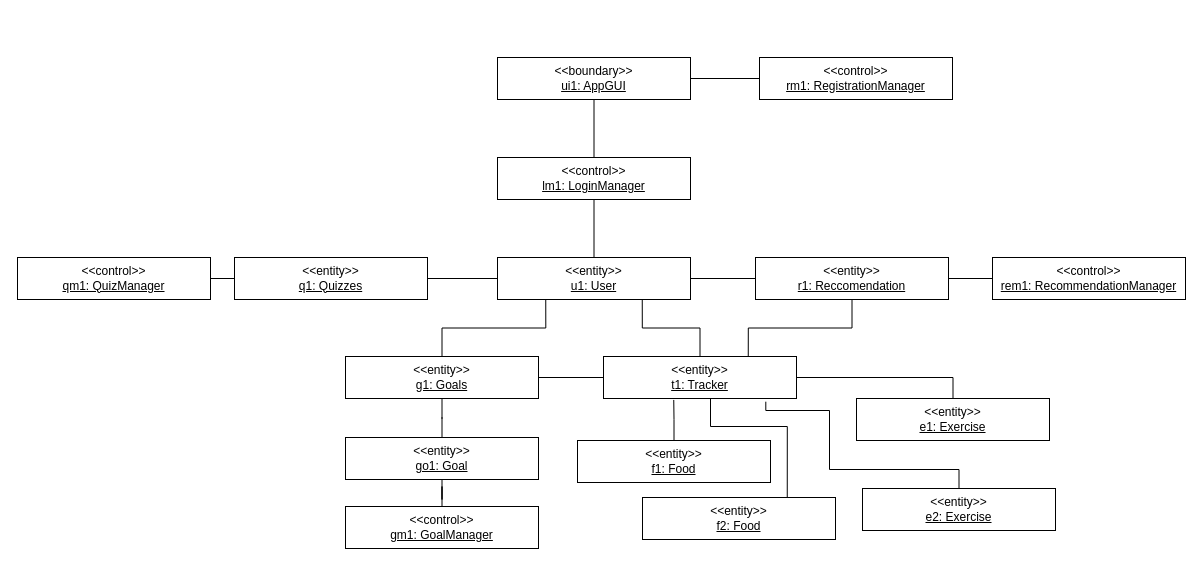
Above: Object_diagrams.drawio in ahammond3aws/DC2SEN (draw.io), before the change. Source tidied: cells renumbered, new cells numbered last; positions are measured from the earlier drawing's top-left corner, leaving out a move shared by most shapes. Both pictures are drawn from the tidied source at 100%, with x=0, y=0 at pixel (17, 57).
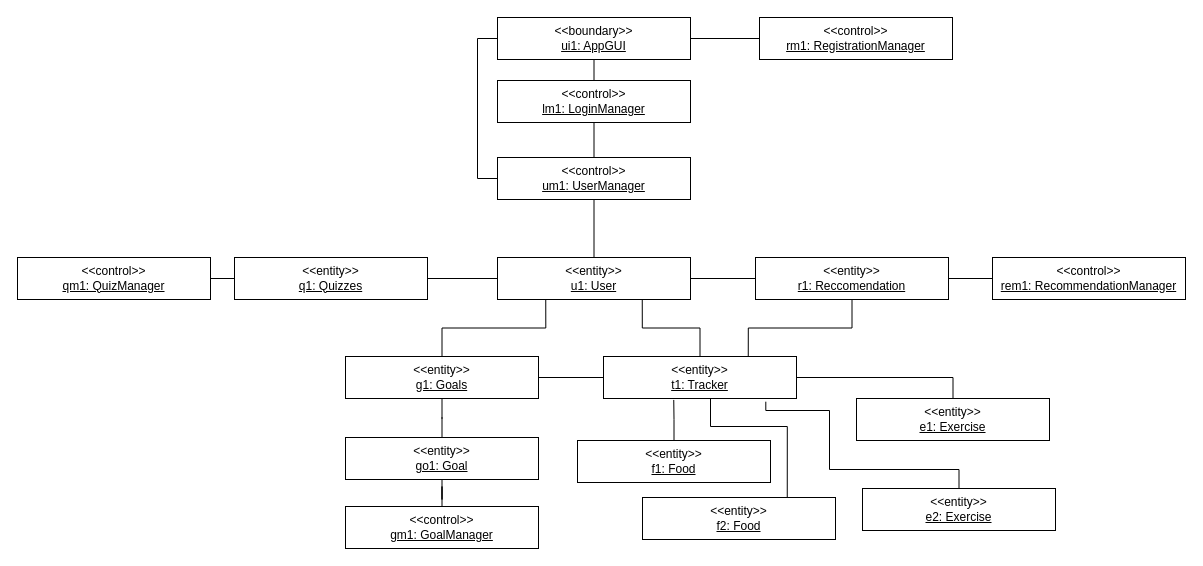
After the change.

What changed in the source:
```diff
@@
+    <mxCell id="35" style="edgeStyle=orthogonalEdgeStyle;rounded=0;jettySize=auto;html=1;entryX=0;entryY=0.5;entryDx=0;entryDy=0;exitX=0;exitY=0.5;exitDx=0;exitDy=0;endArrow=none;endFill=0;" parent="1" edge="1" source="2" target="5">
+      <mxGeometry relative="1" as="geometry" />
+    </mxCell>
     <mxCell id="2" value="&amp;lt;&amp;lt;boundary&amp;gt;&amp;gt;&lt;br&gt;&lt;u&gt;ui1: AppGUI&lt;/u&gt;" style="rounded=0;whiteSpace=wrap;html=1;" parent="1" vertex="1">
-      <mxGeometry x="480" width="193" height="42" as="geometry" />
+      <mxGeometry x="480" y="-40" width="193" height="42" as="geometry" />
     </mxCell>
@@
-    <mxCell id="5" value="&amp;lt;&amp;lt;control&amp;gt;&amp;gt;&lt;br&gt;&lt;u&gt;lm1: LoginManager&lt;/u&gt;" style="rounded=0;whiteSpace=wrap;html=1;" parent="1" vertex="1">
+    <mxCell id="5" value="&amp;lt;&amp;lt;control&amp;gt;&amp;gt;&lt;br&gt;&lt;u&gt;um1: UserManager&lt;/u&gt;" style="rounded=0;whiteSpace=wrap;html=1;" parent="1" vertex="1">
       <mxGeometry x="480" y="100" width="193" height="42" as="geometry" />
     </mxCell>
@@
     <mxCell id="7" value="&amp;lt;&amp;lt;control&amp;gt;&amp;gt;&lt;br&gt;&lt;u&gt;rm1: RegistrationManager&lt;/u&gt;" style="rounded=0;whiteSpace=wrap;html=1;" parent="1" vertex="1">
-      <mxGeometry x="742" width="193" height="42" as="geometry" />
+      <mxGeometry x="742" y="-40" width="193" height="42" as="geometry" />
     </mxCell>
@@
+    <mxCell id="36" value="&amp;lt;&amp;lt;control&amp;gt;&amp;gt;&lt;br&gt;&lt;u&gt;lm1: LoginManager&lt;/u&gt;" style="rounded=0;whiteSpace=wrap;html=1;" parent="1" vertex="1">
+      <mxGeometry x="480" y="23" width="193" height="42" as="geometry" />
+    </mxCell>
```
